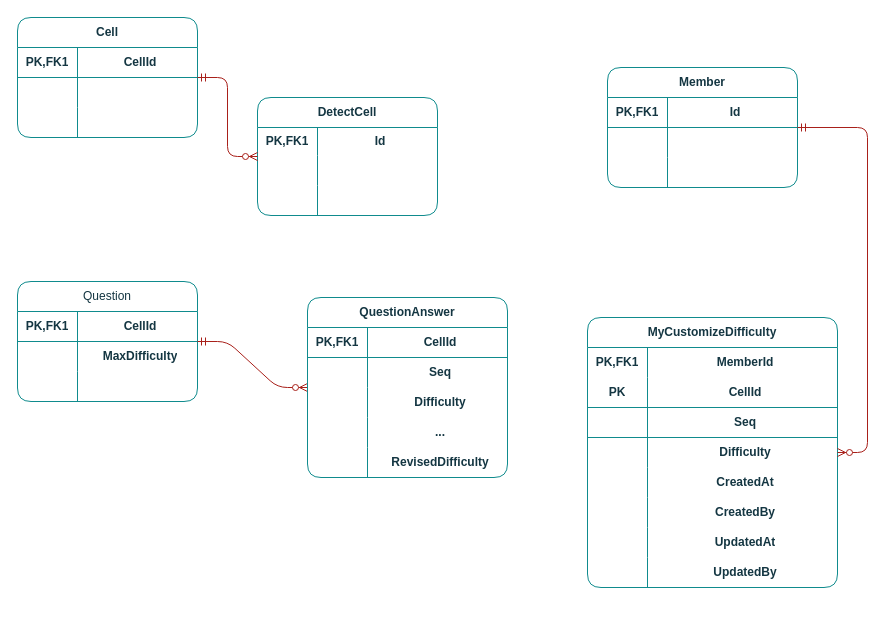
hyeonzx/custom-difficulty keeps this draw.io diagram as custom difficulty.drawio. Above is the earlier version. Source tidied: cells renumbered, new cells numbered last; positions are measured from the earlier drawing's top-left corner, leaving out a move shared by most shapes. Both pictures are drawn from the tidied source at 100%, with x=0, y=0 at pixel (17, 17).
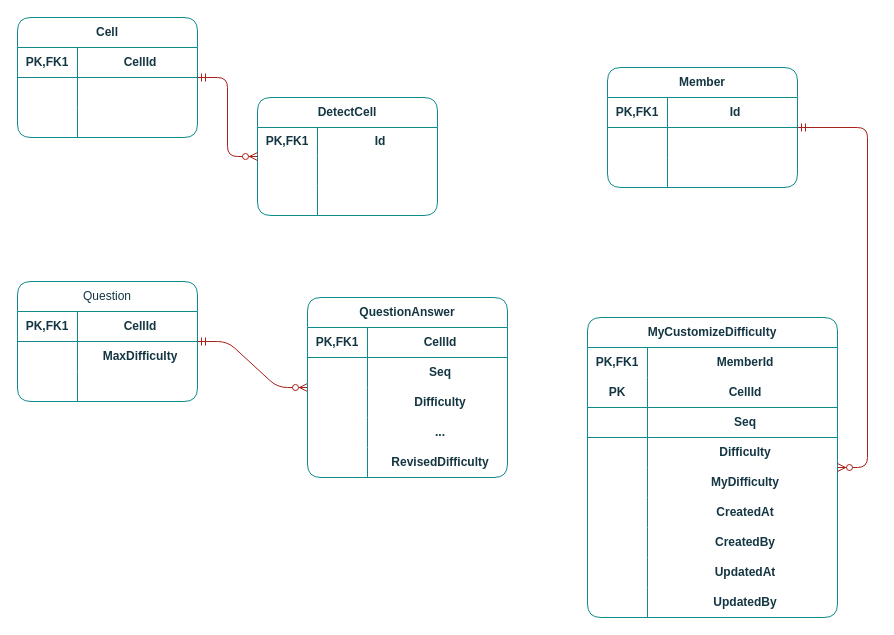
The same diagram, later.

Change to the diagram source:
```diff
@@
     <mxCell id="32" value="MyCustomizeDifficulty" style="shape=table;startSize=30;childLayout=tableLayout;rowLines=0;fontStyle=1;align=center;html=1;whiteSpace=wrap;rounded=1;shadow=0;swimlaneFillColor=none;swimlaneLine=1;verticalAlign=middle;fontFamily=Helvetica;fontSize=12;fillColor=none;labelBackgroundColor=none;strokeColor=#0F8B8D;fontColor=#143642;" parent="1" vertex="1">
-      <mxGeometry x="570" y="300" width="250" height="270" as="geometry" />
+      <mxGeometry x="570" y="300" width="250" height="300" as="geometry" />
     </mxCell>
@@
+    <mxCell id="87" style="shape=tableRow;horizontal=0;startSize=0;swimlaneHead=0;swimlaneBody=0;fillColor=none;top=0;left=0;right=0;bottom=0;html=1;swimlaneLine=1;align=center;verticalAlign=middle;fontFamily=Helvetica;fontSize=12;fontStyle=1;labelBackgroundColor=none;strokeColor=#0F8B8D;fontColor=#143642;rounded=1;" parent="32" vertex="1">
+      <mxGeometry y="150" width="250" height="30" as="geometry" />
+    </mxCell>
+    <mxCell id="88" style="shape=partialRectangle;fillColor=none;top=0;left=0;bottom=0;right=0;overflow=hidden;html=1;whiteSpace=wrap;swimlaneLine=1;align=center;verticalAlign=middle;fontFamily=Helvetica;fontSize=12;fontStyle=1;labelBackgroundColor=none;strokeColor=#0F8B8D;fontColor=#143642;rounded=1;" parent="87" vertex="1">
+      <mxGeometry width="60" height="30" as="geometry" />
+    </mxCell>
+    <mxCell id="89" value="MyDifficulty" style="shape=partialRectangle;fillColor=none;top=0;left=0;bottom=0;right=0;align=center;spacingLeft=6;overflow=hidden;html=1;whiteSpace=wrap;swimlaneLine=1;verticalAlign=middle;fontFamily=Helvetica;fontSize=12;fontStyle=1;labelBackgroundColor=none;strokeColor=#0F8B8D;fontColor=#143642;rounded=1;" parent="87" vertex="1">
+      <mxGeometry x="60" width="190" height="30" as="geometry" />
+    </mxCell>
     <mxCell id="45" style="shape=tableRow;horizontal=0;startSize=0;swimlaneHead=0;swimlaneBody=0;fillColor=none;top=0;left=0;right=0;bottom=0;html=1;swimlaneLine=1;align=center;verticalAlign=middle;fontFamily=Helvetica;fontSize=12;fontStyle=1;labelBackgroundColor=none;strokeColor=#0F8B8D;fontColor=#143642;rounded=1;" parent="32" vertex="1">
-      <mxGeometry y="150" width="250" height="30" as="geometry" />
+      <mxGeometry y="180" width="250" height="30" as="geometry" />
     </mxCell>
@@
     <mxCell id="48" style="shape=tableRow;horizontal=0;startSize=0;swimlaneHead=0;swimlaneBody=0;fillColor=none;top=0;left=0;right=0;bottom=0;html=1;swimlaneLine=1;align=center;verticalAlign=middle;fontFamily=Helvetica;fontSize=12;fontStyle=1;labelBackgroundColor=none;strokeColor=#0F8B8D;fontColor=#143642;rounded=1;" parent="32" vertex="1">
-      <mxGeometry y="180" width="250" height="30" as="geometry" />
+      <mxGeometry y="210" width="250" height="30" as="geometry" />
     </mxCell>
@@
     <mxCell id="51" style="shape=tableRow;horizontal=0;startSize=0;swimlaneHead=0;swimlaneBody=0;fillColor=none;top=0;left=0;right=0;bottom=0;html=1;swimlaneLine=1;align=center;verticalAlign=middle;fontFamily=Helvetica;fontSize=12;fontStyle=1;labelBackgroundColor=none;strokeColor=#0F8B8D;fontColor=#143642;rounded=1;" parent="32" vertex="1">
-      <mxGeometry y="210" width="250" height="30" as="geometry" />
+      <mxGeometry y="240" width="250" height="30" as="geometry" />
     </mxCell>
@@
     <mxCell id="54" style="shape=tableRow;horizontal=0;startSize=0;swimlaneHead=0;swimlaneBody=0;fillColor=none;top=0;left=0;right=0;bottom=0;html=1;swimlaneLine=1;align=center;verticalAlign=middle;fontFamily=Helvetica;fontSize=12;fontStyle=1;labelBackgroundColor=none;strokeColor=#0F8B8D;fontColor=#143642;rounded=1;" parent="32" vertex="1">
-      <mxGeometry y="240" width="250" height="30" as="geometry" />
+      <mxGeometry y="270" width="250" height="30" as="geometry" />
     </mxCell>
```
